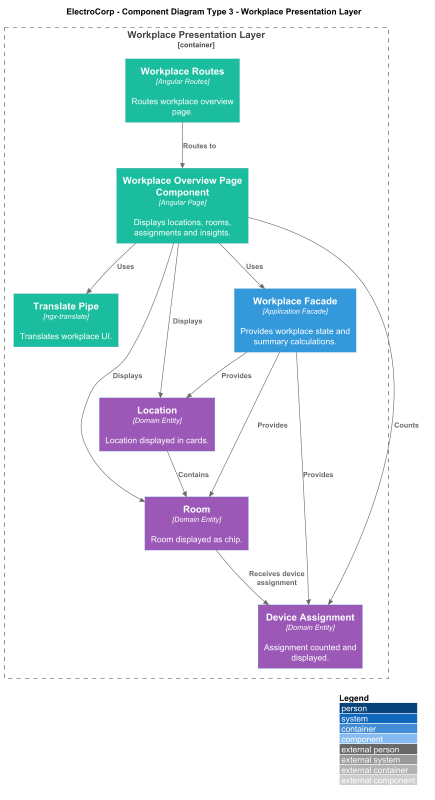
This is assets/frontend-presentation-workplace-components.png from upc-pre-202610-1asi0729-11896-ECorp/Electrocorp-report, a PlantUML export, as it was before one commit.
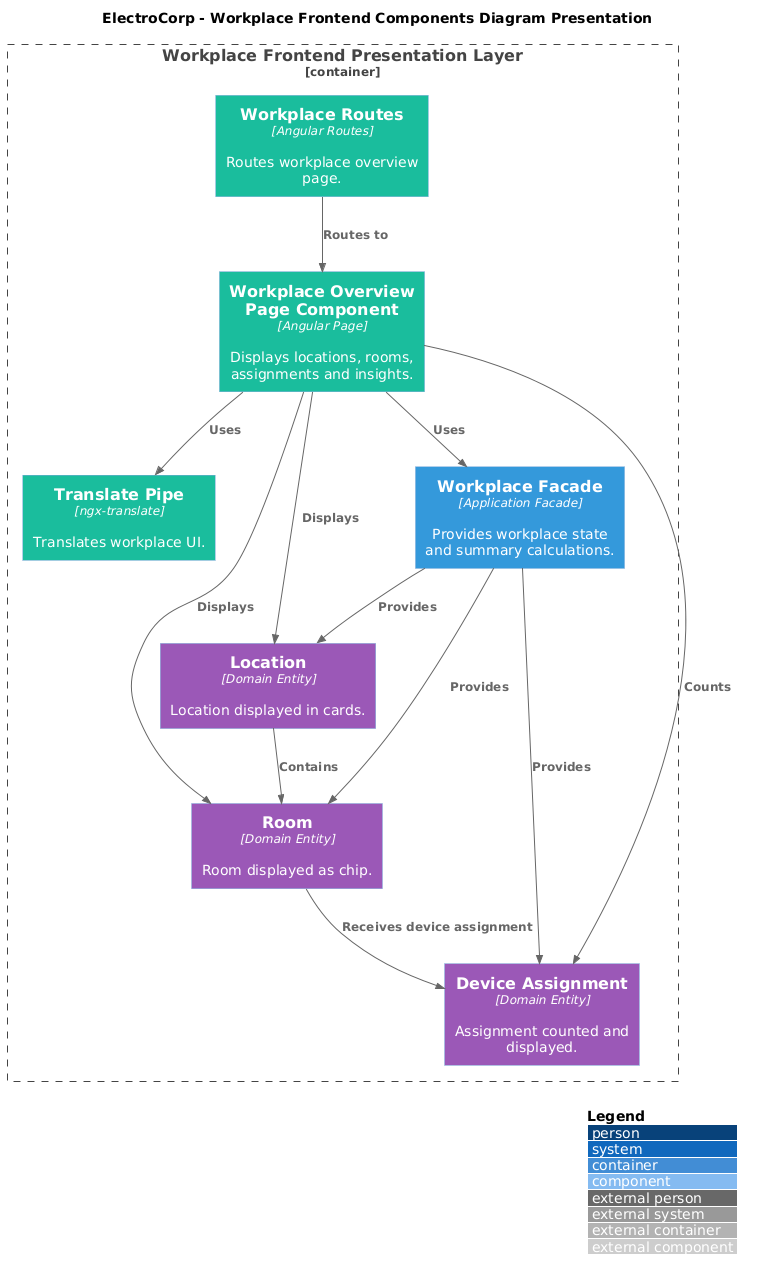
The same diagram one commit later.

Change to the diagram source:
```diff
@@ -1,7 +1,7 @@
-@startuml ElectroCorp_Type3_Workplace_Presentation
+@startuml
 !includeurl https://raw.githubusercontent.com/plantuml-stdlib/C4-PlantUML/master/C4_Component.puml
 
-title ElectroCorp - Component Diagram Type 3 - Workplace Presentation Layer
+title ElectroCorp - Workplace Frontend Components Diagram Presentation
 
 LAYOUT_WITH_LEGEND()
 
@@ -9,12 +9,13 @@
 AddComponentTag("application", $bgColor="#3498DB", $fontColor="#FFFFFF")
 AddComponentTag("domain", $bgColor="#9B59B6", $fontColor="#FFFFFF")
 
-Container_Boundary(workplacePresentation, "Workplace Presentation Layer") {
+Container_Boundary(workplacePresentation, "Workplace Frontend Presentation Layer") {
   Component(routes, "Workplace Routes", "Angular Routes", "Routes workplace overview page.", $tags="presentation")
   Component(page, "Workplace Overview Page Component", "Angular Page", "Displays locations, rooms, assignments and insights.", $tags="presentation")
   Component(translatePipe, "Translate Pipe", "ngx-translate", "Translates workplace UI.", $tags="presentation")
 
   Component(facade, "Workplace Facade", "Application Facade", "Provides workplace state and summary calculations.", $tags="application")
+
   Component(location, "Location", "Domain Entity", "Location displayed in cards.", $tags="domain")
   Component(room, "Room", "Domain Entity", "Room displayed as chip.", $tags="domain")
   Component(assignment, "Device Assignment", "Domain Entity", "Assignment counted and displayed.", $tags="domain")
@@ -31,5 +32,4 @@
 Rel(facade, assignment, "Provides")
 Rel(location, room, "Contains")
 Rel(room, assignment, "Receives device assignment")
-
 @enduml
```
